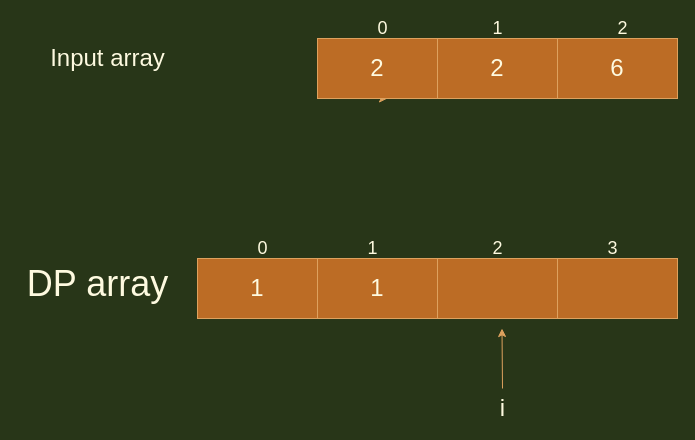
CreationMatters/React-Tutorials keeps this draw.io diagram as page "Page-1" (1 of 2) of leetcode.drawio. Above is the earlier version. Source tidied: cells renumbered, new cells numbered last; positions are measured from the earlier drawing's top-left corner, leaving out a move shared by most shapes. Both pictures are drawn from the tidied source at 100%, with x=0, y=0 at pixel (17, 18).
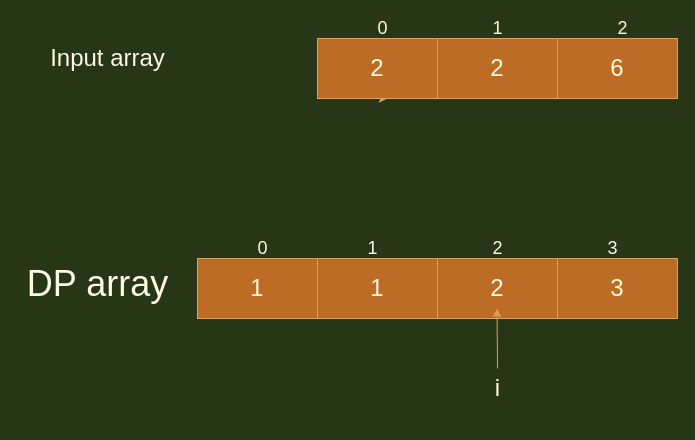
After the change.

The change refers to these unchanged cells:
```xml
<mxCell id="2" style="group;fontColor=#FEFAE0;" parent="1" vertex="1">
  <mxGeometry x="180" y="240" width="480" height="60" as="geometry" />
</mxCell>
```

Diff of the diagram source:
```diff
@@
-    <mxCell id="5" style="whiteSpace=wrap;html=1;fillColor=#BC6C25;strokeColor=#DDA15E;fontColor=#FEFAE0;" parent="2" vertex="1">
+    <mxCell id="5" value="&lt;span style=&quot;font-size: 24px&quot;&gt;2&lt;/span&gt;" style="whiteSpace=wrap;html=1;fillColor=#BC6C25;strokeColor=#DDA15E;fontColor=#FEFAE0;" parent="2" vertex="1">
       <mxGeometry x="240" width="120" height="60" as="geometry" />
     </mxCell>
-    <mxCell id="6" style="whiteSpace=wrap;html=1;fillColor=#BC6C25;strokeColor=#DDA15E;fontColor=#FEFAE0;" parent="2" vertex="1">
+    <mxCell id="6" value="&lt;span style=&quot;font-size: 24px&quot;&gt;3&lt;/span&gt;" style="whiteSpace=wrap;html=1;fillColor=#BC6C25;strokeColor=#DDA15E;fontColor=#FEFAE0;" parent="2" vertex="1">
       <mxGeometry x="360" width="120" height="60" as="geometry" />
     </mxCell>
@@
     <mxCell id="21" style="group;" parent="1" vertex="1">
-      <mxGeometry x="475" y="310" width="20" height="90" as="geometry" />
+      <mxGeometry x="470" y="290" width="20" height="90" as="geometry" />
     </mxCell>
```
